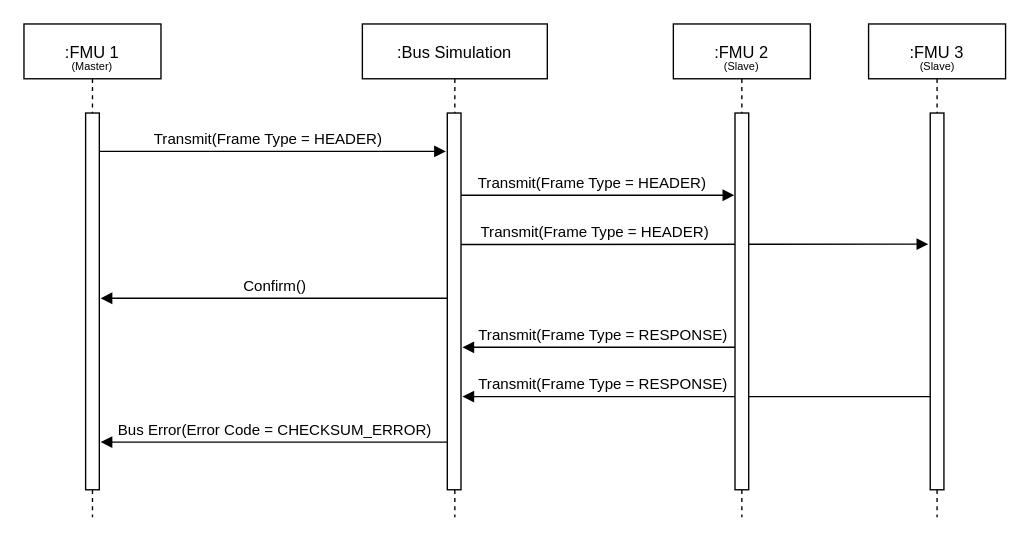
Above: docs/images/lin_collision_with_bus_simulation_fmu.drawio in modelica/fmi-ls-bus (draw.io), before the change. Source tidied: cells renumbered, new cells numbered last; positions are measured from the earlier drawing's top-left corner, leaving out a move shared by most shapes. Both pictures are drawn from the tidied source at 137%, with x=0, y=0 at pixel (23, 23).
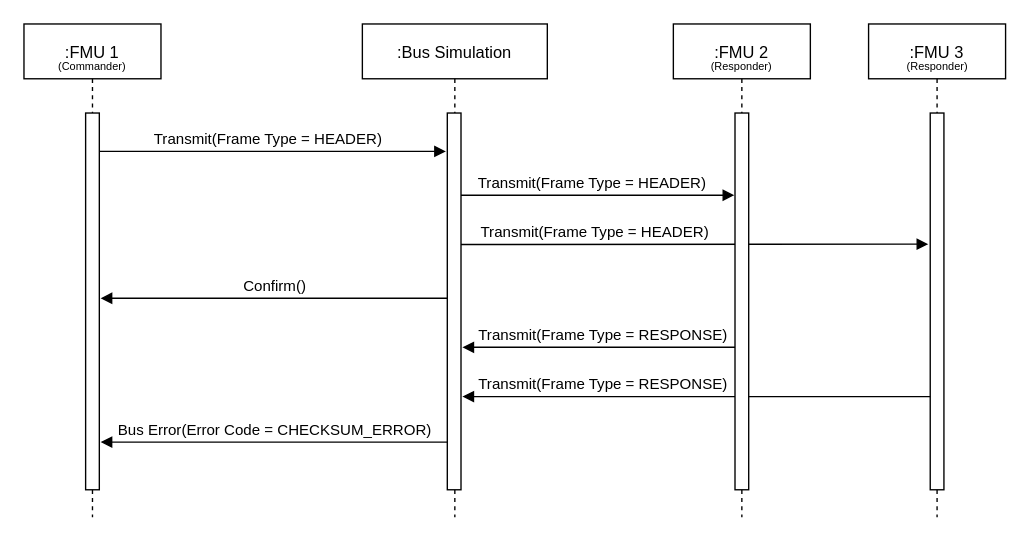
Above is the later version.

Commit message (it also covers changes not shown here):
Use Commander and Responder instead of LIN Master/Slave (2)

Unchanged cells that the change refers to:
```xml
<mxCell id="5" value=":FMU 1" style="shape=umlLifeline;perimeter=lifelinePerimeter;rounded=0;shadow=0;strokeWidth=1;" parent="1" vertex="1">
  <mxGeometry width="100" height="360" as="geometry" />
</mxCell>
<mxCell id="14" value=":FMU 2" style="shape=umlLifeline;perimeter=lifelinePerimeter;rounded=0;shadow=0;strokeWidth=1;" parent="1" vertex="1">
  <mxGeometry x="474" width="100" height="360" as="geometry" />
</mxCell>
<mxCell id="17" value=":FMU 3" style="shape=umlLifeline;perimeter=lifelinePerimeter;rounded=0;shadow=0;strokeWidth=1;" parent="1" vertex="1">
  <mxGeometry x="616.5" width="100" height="360" as="geometry" />
</mxCell>
```

Diff of the diagram source:
```diff
@@
-    <mxCell id="6" value="(Master)" style="text;html=1;whiteSpace=wrap;strokeColor=none;fillColor=none;align=center;verticalAlign=middle;rounded=0;fontSize=8;" parent="5" vertex="1">
+    <mxCell id="6" value="(Commander)" style="text;html=1;whiteSpace=wrap;strokeColor=none;fillColor=none;align=center;verticalAlign=middle;rounded=0;fontSize=8;" parent="5" vertex="1">
       <mxGeometry x="20" y="15" width="60" height="31" as="geometry" />
     </mxCell>
@@
-    <mxCell id="16" value="(Slave)" style="text;html=1;whiteSpace=wrap;strokeColor=none;fillColor=none;align=center;verticalAlign=middle;rounded=0;fontSize=8;" parent="14" vertex="1">
+    <mxCell id="16" value="(Responder)" style="text;html=1;whiteSpace=wrap;strokeColor=none;fillColor=none;align=center;verticalAlign=middle;rounded=0;fontSize=8;" parent="14" vertex="1">
       <mxGeometry x="20" y="15" width="60" height="31" as="geometry" />
     </mxCell>
@@
-    <mxCell id="19" value="(Slave)" style="text;html=1;whiteSpace=wrap;strokeColor=none;fillColor=none;align=center;verticalAlign=middle;rounded=0;fontSize=8;" parent="17" vertex="1">
+    <mxCell id="19" value="(Responder)" style="text;html=1;whiteSpace=wrap;strokeColor=none;fillColor=none;align=center;verticalAlign=middle;rounded=0;fontSize=8;" parent="17" vertex="1">
       <mxGeometry x="20" y="15" width="60" height="31" as="geometry" />
     </mxCell>
```
